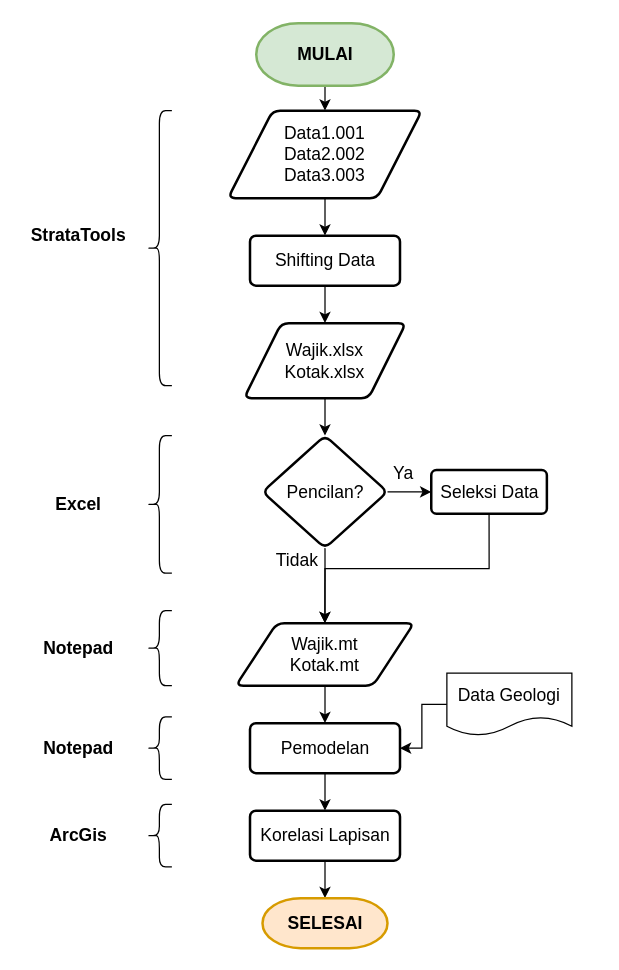
Above: Untitled Diagram.drawio in SaefullAlam/Belajar (draw.io), before the change. Source tidied: cells renumbered, new cells numbered last; positions are measured from the earlier drawing's top-left corner, leaving out a move shared by most shapes. Both pictures are drawn from the tidied source at 125%, with x=0, y=0 at pixel (21, 22).
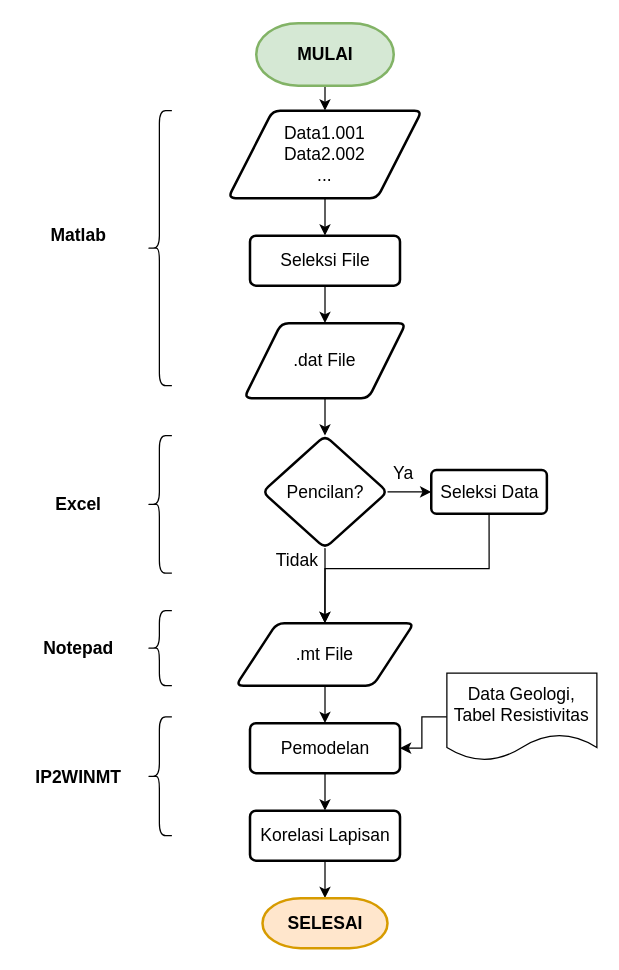
After the change.

Diff of the diagram source:
```diff
@@
-    <mxCell id="5" value="Data1.001&lt;br&gt;Data2.002&lt;br&gt;Data3.003" style="shape=parallelogram;html=1;strokeWidth=2;perimeter=parallelogramPerimeter;whiteSpace=wrap;rounded=1;arcSize=12;size=0.23;fontSize=14;" parent="1" vertex="1">
+    <mxCell id="5" value="Data1.001&lt;br&gt;Data2.002&lt;br&gt;..." style="shape=parallelogram;html=1;strokeWidth=2;perimeter=parallelogramPerimeter;whiteSpace=wrap;rounded=1;arcSize=12;size=0.23;fontSize=14;" parent="1" vertex="1">
       <mxGeometry x="165" y="70" width="155" height="70" as="geometry" />
     </mxCell>
@@
-    <mxCell id="7" value="Shifting Data" style="whiteSpace=wrap;html=1;fontSize=14;strokeWidth=2;rounded=1;arcSize=12;" parent="1" vertex="1">
+    <mxCell id="7" value="Seleksi File" style="whiteSpace=wrap;html=1;fontSize=14;strokeWidth=2;rounded=1;arcSize=12;" parent="1" vertex="1">
       <mxGeometry x="182.5" y="170" width="120" height="40" as="geometry" />
     </mxCell>
@@
-    <mxCell id="9" value="Wajik.xlsx&lt;br&gt;Kotak.xlsx" style="shape=parallelogram;html=1;strokeWidth=2;perimeter=parallelogramPerimeter;whiteSpace=wrap;rounded=1;arcSize=12;size=0.23;fontSize=14;" parent="1" vertex="1">
+    <mxCell id="9" value=".dat File" style="shape=parallelogram;html=1;strokeWidth=2;perimeter=parallelogramPerimeter;whiteSpace=wrap;rounded=1;arcSize=12;size=0.23;fontSize=14;" parent="1" vertex="1">
       <mxGeometry x="177.8" y="240" width="129.4" height="60" as="geometry" />
     </mxCell>
@@
-    <mxCell id="11" value="Wajik.mt&lt;br&gt;Kotak.mt" style="shape=parallelogram;html=1;strokeWidth=2;perimeter=parallelogramPerimeter;whiteSpace=wrap;rounded=1;arcSize=12;size=0.23;fontSize=14;" parent="1" vertex="1">
+    <mxCell id="11" value=".mt File" style="shape=parallelogram;html=1;strokeWidth=2;perimeter=parallelogramPerimeter;whiteSpace=wrap;rounded=1;arcSize=12;size=0.23;fontSize=14;" parent="1" vertex="1">
       <mxGeometry x="171.2" y="480" width="142.5" height="50" as="geometry" />
     </mxCell>
@@
-    <mxCell id="24" value="StrataTools" style="text;html=1;align=center;verticalAlign=middle;fillColor=none;strokeColor=none;rounded=0;fontSize=14;fontStyle=1;" parent="1" vertex="1">
-      <mxGeometry y="160" width="90" height="20" as="geometry" />
+    <mxCell id="24" value="Matlab" style="text;html=1;align=center;verticalAlign=middle;fillColor=none;strokeColor=none;rounded=0;fontSize=14;fontStyle=1;" parent="1" vertex="1">
+      <mxGeometry x="15" y="160" width="60" height="20" as="geometry" />
     </mxCell>
@@
     <mxCell id="29" style="shape=curlyBracket;whiteSpace=wrap;html=1;rounded=1;fontSize=14;" parent="1" vertex="1">
-      <mxGeometry x="100" y="555" width="20" height="50" as="geometry" />
+      <mxGeometry x="100" y="555" width="20" height="95" as="geometry" />
     </mxCell>
-    <mxCell id="30" value="Notepad" style="text;html=1;align=center;verticalAlign=middle;fillColor=none;strokeColor=none;rounded=0;fontSize=14;fontStyle=1;" parent="1" vertex="1">
-      <mxGeometry x="10" y="570" width="70" height="20" as="geometry" />
+    <mxCell id="30" value="IP2WINMT" style="text;html=1;align=center;verticalAlign=middle;fillColor=none;strokeColor=none;rounded=0;fontSize=14;fontStyle=1;" parent="1" vertex="1">
+      <mxGeometry x="5" y="592.5" width="80" height="20" as="geometry" />
     </mxCell>
-    <mxCell id="31" style="shape=curlyBracket;whiteSpace=wrap;html=1;rounded=1;fontSize=14;" parent="1" vertex="1">
-      <mxGeometry x="100" y="625" width="20" height="50" as="geometry" />
-    </mxCell>
-    <mxCell id="32" value="ArcGis" style="text;html=1;align=center;verticalAlign=middle;fillColor=none;strokeColor=none;rounded=0;fontSize=14;fontStyle=1;" parent="1" vertex="1">
-      <mxGeometry x="15" y="640" width="60" height="20" as="geometry" />
-    </mxCell>
@@
-    <mxCell id="35" value="Data Geologi" style="shape=document;whiteSpace=wrap;html=1;boundedLbl=1;fontSize=14;" parent="1" vertex="1">
-      <mxGeometry x="340" y="520" width="100" height="50" as="geometry" />
+    <mxCell id="35" value="Data Geologi,&lt;br&gt;Tabel Resistivitas" style="shape=document;whiteSpace=wrap;html=1;boundedLbl=1;fontSize=14;" parent="1" vertex="1">
+      <mxGeometry x="340" y="520" width="120" height="70" as="geometry" />
     </mxCell>
```
